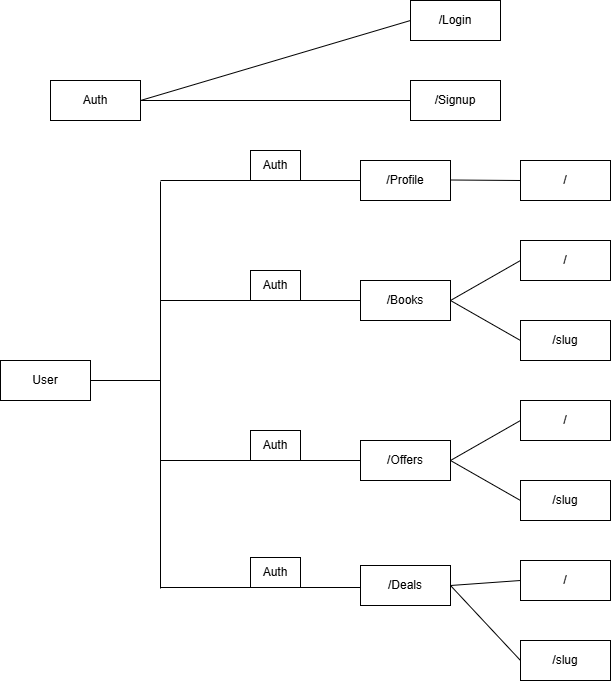
This is Designs/Endpoints/Untitled Diagram.drawio.png from MUHAMMADFARHAN1/Buchtausch, a draw.io export, as it was before one commit. Source tidied: cells renumbered, new cells last; positions are measured from the earlier drawing's top-left corner, leaving out a move shared by most shapes. Its diagram source:
```xml
<mxGraphModel>
  <root>
    <mxCell id="0" />
    <mxCell id="1" parent="0" />
    <mxCell id="2" value="Auth" style="rounded=0;whiteSpace=wrap;html=1;" parent="1" vertex="1">
      <mxGeometry x="50" y="80" width="90" height="40" as="geometry" />
    </mxCell>
    <mxCell id="3" value="User" style="rounded=0;whiteSpace=wrap;html=1;" parent="1" vertex="1">
      <mxGeometry y="360" width="90" height="40" as="geometry" />
    </mxCell>
    <mxCell id="4" value="/Login" style="rounded=0;whiteSpace=wrap;html=1;" parent="1" vertex="1">
      <mxGeometry x="410" width="90" height="40" as="geometry" />
    </mxCell>
    <mxCell id="5" value="/Signup" style="rounded=0;whiteSpace=wrap;html=1;" parent="1" vertex="1">
      <mxGeometry x="410" y="80" width="90" height="40" as="geometry" />
    </mxCell>
    <mxCell id="6" value="/Profile" style="rounded=0;whiteSpace=wrap;html=1;" parent="1" vertex="1">
      <mxGeometry x="360" y="160" width="90" height="40" as="geometry" />
    </mxCell>
    <mxCell id="7" value="/Books" style="rounded=0;whiteSpace=wrap;html=1;" parent="1" vertex="1">
      <mxGeometry x="360" y="280" width="90" height="40" as="geometry" />
    </mxCell>
    <mxCell id="8" value="/Offers" style="rounded=0;whiteSpace=wrap;html=1;" parent="1" vertex="1">
      <mxGeometry x="360" y="440" width="90" height="40" as="geometry" />
    </mxCell>
    <mxCell id="9" value="/Deals" style="rounded=0;whiteSpace=wrap;html=1;" parent="1" vertex="1">
      <mxGeometry x="360" y="565" width="90" height="40" as="geometry" />
    </mxCell>
    <mxCell id="10" value="/" style="rounded=0;whiteSpace=wrap;html=1;" parent="1" vertex="1">
      <mxGeometry x="520" y="160" width="90" height="40" as="geometry" />
    </mxCell>
    <mxCell id="11" value="/" style="rounded=0;whiteSpace=wrap;html=1;" parent="1" vertex="1">
      <mxGeometry x="520" y="240" width="90" height="40" as="geometry" />
    </mxCell>
    <mxCell id="12" value="/slug" style="rounded=0;whiteSpace=wrap;html=1;" parent="1" vertex="1">
      <mxGeometry x="520" y="320" width="90" height="40" as="geometry" />
    </mxCell>
    <mxCell id="13" value="/" style="rounded=0;whiteSpace=wrap;html=1;" parent="1" vertex="1">
      <mxGeometry x="520" y="400" width="90" height="40" as="geometry" />
    </mxCell>
    <mxCell id="14" value="/slug" style="rounded=0;whiteSpace=wrap;html=1;" parent="1" vertex="1">
      <mxGeometry x="520" y="480" width="90" height="40" as="geometry" />
    </mxCell>
    <mxCell id="15" value="/" style="rounded=0;whiteSpace=wrap;html=1;" parent="1" vertex="1">
      <mxGeometry x="520" y="560" width="90" height="40" as="geometry" />
    </mxCell>
    <mxCell id="16" value="/slug" style="rounded=0;whiteSpace=wrap;html=1;" parent="1" vertex="1">
      <mxGeometry x="520" y="640" width="90" height="40" as="geometry" />
    </mxCell>
    <mxCell id="17" style="endArrow=none;html=1;rounded=0;entryX=0;entryY=0.5;entryDx=0;entryDy=0;" parent="1" edge="1">
      <mxGeometry relative="1" as="geometry">
        <mxPoint x="160" y="180" as="sourcePoint" />
        <mxPoint x="360" y="180" as="targetPoint" />
      </mxGeometry>
    </mxCell>
    <mxCell id="18" style="endArrow=none;html=1;rounded=0;entryX=0;entryY=0.5;entryDx=0;entryDy=0;" parent="1" edge="1" target="7">
      <mxGeometry relative="1" as="geometry">
        <mxPoint x="160" y="300" as="sourcePoint" />
      </mxGeometry>
    </mxCell>
    <mxCell id="19" style="endArrow=none;html=1;rounded=0;entryX=0;entryY=0.5;entryDx=0;entryDy=0;" parent="1" edge="1" target="8">
      <mxGeometry relative="1" as="geometry">
        <mxPoint x="160" y="460" as="sourcePoint" />
      </mxGeometry>
    </mxCell>
    <mxCell id="20" style="endArrow=none;html=1;rounded=0;entryX=0;entryY=0.5;entryDx=0;entryDy=0;" parent="1" edge="1">
      <mxGeometry relative="1" as="geometry">
        <mxPoint x="160" y="587" as="sourcePoint" />
        <mxPoint x="360" y="587" as="targetPoint" />
      </mxGeometry>
    </mxCell>
    <mxCell id="21" style="endArrow=none;html=1;rounded=0;" parent="1" edge="1">
      <mxGeometry relative="1" as="geometry">
        <mxPoint x="160" y="181" as="sourcePoint" />
        <mxPoint x="160" y="588" as="targetPoint" />
      </mxGeometry>
    </mxCell>
    <mxCell id="22" style="endArrow=none;html=1;rounded=0;entryX=0;entryY=0.5;entryDx=0;entryDy=0;" parent="1" edge="1" target="10">
      <mxGeometry relative="1" as="geometry">
        <mxPoint x="450" y="179.5" as="sourcePoint" />
      </mxGeometry>
    </mxCell>
    <mxCell id="23" style="endArrow=none;html=1;rounded=0;exitX=1;exitY=0.5;exitDx=0;exitDy=0;entryX=0;entryY=0.5;entryDx=0;entryDy=0;" parent="1" edge="1" source="7" target="11">
      <mxGeometry relative="1" as="geometry" />
    </mxCell>
    <mxCell id="24" style="endArrow=none;html=1;rounded=0;entryX=0;entryY=0.5;entryDx=0;entryDy=0;" parent="1" edge="1" target="12">
      <mxGeometry relative="1" as="geometry">
        <mxPoint x="450" y="300" as="sourcePoint" />
      </mxGeometry>
    </mxCell>
    <mxCell id="25" style="endArrow=none;html=1;rounded=0;exitX=1;exitY=0.5;exitDx=0;exitDy=0;entryX=0;entryY=0.5;entryDx=0;entryDy=0;" parent="1" edge="1" source="8" target="13">
      <mxGeometry relative="1" as="geometry" />
    </mxCell>
    <mxCell id="26" style="endArrow=none;html=1;rounded=0;exitX=1;exitY=0.5;exitDx=0;exitDy=0;entryX=0;entryY=0.5;entryDx=0;entryDy=0;" parent="1" edge="1" source="8" target="14">
      <mxGeometry relative="1" as="geometry" />
    </mxCell>
    <mxCell id="27" style="endArrow=none;html=1;rounded=0;exitX=1;exitY=0.5;exitDx=0;exitDy=0;entryX=0;entryY=0.5;entryDx=0;entryDy=0;" parent="1" edge="1" source="9" target="15">
      <mxGeometry relative="1" as="geometry" />
    </mxCell>
    <mxCell id="28" style="endArrow=none;html=1;rounded=0;exitX=1;exitY=0.5;exitDx=0;exitDy=0;entryX=0;entryY=0.5;entryDx=0;entryDy=0;" parent="1" edge="1" source="9" target="16">
      <mxGeometry relative="1" as="geometry" />
    </mxCell>
    <mxCell id="29" style="endArrow=none;html=1;rounded=0;entryX=0;entryY=0.5;entryDx=0;entryDy=0;exitX=1;exitY=0.5;exitDx=0;exitDy=0;" parent="1" edge="1" source="2" target="4">
      <mxGeometry relative="1" as="geometry" />
    </mxCell>
    <mxCell id="30" style="endArrow=none;html=1;rounded=0;entryX=0;entryY=0.5;entryDx=0;entryDy=0;exitX=1;exitY=0.5;exitDx=0;exitDy=0;" parent="1" edge="1" source="2" target="5">
      <mxGeometry relative="1" as="geometry" />
    </mxCell>
    <mxCell id="31" style="endArrow=none;html=1;rounded=0;exitX=1;exitY=0.5;exitDx=0;exitDy=0;" parent="1" edge="1" source="3">
      <mxGeometry relative="1" as="geometry">
        <mxPoint x="160" y="380" as="targetPoint" />
      </mxGeometry>
    </mxCell>
    <mxCell id="32" value="Auth" style="rounded=0;whiteSpace=wrap;html=1;" parent="1" vertex="1">
      <mxGeometry x="250" y="150" width="50" height="30" as="geometry" />
    </mxCell>
    <mxCell id="33" value="Auth" style="rounded=0;whiteSpace=wrap;html=1;" parent="1" vertex="1">
      <mxGeometry x="250" y="270" width="50" height="30" as="geometry" />
    </mxCell>
    <mxCell id="34" value="Auth" style="rounded=0;whiteSpace=wrap;html=1;" parent="1" vertex="1">
      <mxGeometry x="250" y="430" width="50" height="30" as="geometry" />
    </mxCell>
    <mxCell id="35" value="Auth" style="rounded=0;whiteSpace=wrap;html=1;" parent="1" vertex="1">
      <mxGeometry x="250" y="557" width="50" height="30" as="geometry" />
    </mxCell>
  </root>
</mxGraphModel>
```
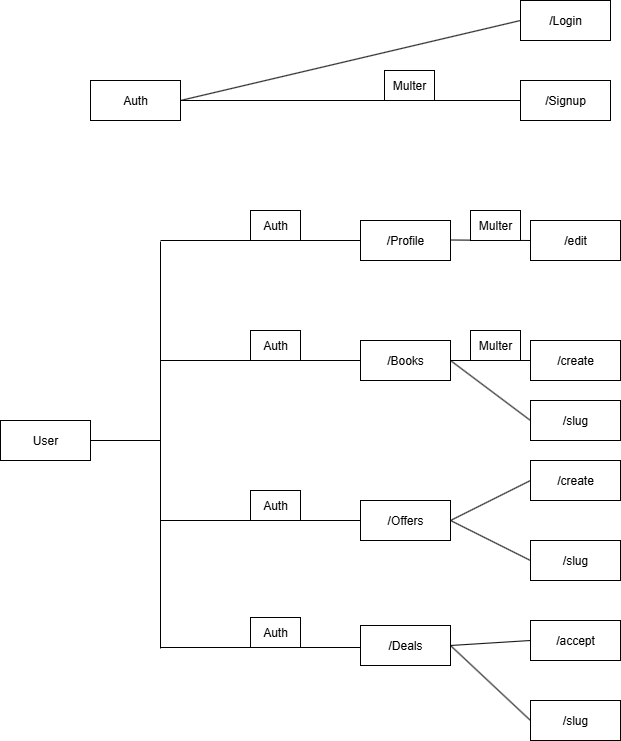
After the change.

Change to the diagram source:
```diff
@@ -3,16 +3,16 @@
     <mxCell id="0" />
     <mxCell id="1" parent="0" />
     <mxCell id="2" value="Auth" style="rounded=0;whiteSpace=wrap;html=1;" parent="1" vertex="1">
-      <mxGeometry x="50" y="80" width="90" height="40" as="geometry" />
+      <mxGeometry x="90" y="20" width="90" height="40" as="geometry" />
     </mxCell>
     <mxCell id="3" value="User" style="rounded=0;whiteSpace=wrap;html=1;" parent="1" vertex="1">
       <mxGeometry y="360" width="90" height="40" as="geometry" />
     </mxCell>
     <mxCell id="4" value="/Login" style="rounded=0;whiteSpace=wrap;html=1;" parent="1" vertex="1">
-      <mxGeometry x="410" width="90" height="40" as="geometry" />
+      <mxGeometry x="520" y="-60" width="90" height="40" as="geometry" />
     </mxCell>
     <mxCell id="5" value="/Signup" style="rounded=0;whiteSpace=wrap;html=1;" parent="1" vertex="1">
-      <mxGeometry x="410" y="80" width="90" height="40" as="geometry" />
+      <mxGeometry x="520" y="20" width="90" height="40" as="geometry" />
     </mxCell>
     <mxCell id="6" value="/Profile" style="rounded=0;whiteSpace=wrap;html=1;" parent="1" vertex="1">
       <mxGeometry x="360" y="160" width="90" height="40" as="geometry" />
@@ -26,26 +26,26 @@
     <mxCell id="9" value="/Deals" style="rounded=0;whiteSpace=wrap;html=1;" parent="1" vertex="1">
       <mxGeometry x="360" y="565" width="90" height="40" as="geometry" />
     </mxCell>
-    <mxCell id="10" value="/" style="rounded=0;whiteSpace=wrap;html=1;" parent="1" vertex="1">
-      <mxGeometry x="520" y="160" width="90" height="40" as="geometry" />
+    <mxCell id="10" value="/edit" style="rounded=0;whiteSpace=wrap;html=1;" parent="1" vertex="1">
+      <mxGeometry x="530" y="160" width="90" height="40" as="geometry" />
     </mxCell>
-    <mxCell id="11" value="/" style="rounded=0;whiteSpace=wrap;html=1;" parent="1" vertex="1">
-      <mxGeometry x="520" y="240" width="90" height="40" as="geometry" />
+    <mxCell id="11" value="/create" style="rounded=0;whiteSpace=wrap;html=1;" parent="1" vertex="1">
+      <mxGeometry x="530" y="280" width="90" height="40" as="geometry" />
     </mxCell>
     <mxCell id="12" value="/slug" style="rounded=0;whiteSpace=wrap;html=1;" parent="1" vertex="1">
-      <mxGeometry x="520" y="320" width="90" height="40" as="geometry" />
+      <mxGeometry x="530" y="340" width="90" height="40" as="geometry" />
     </mxCell>
-    <mxCell id="13" value="/" style="rounded=0;whiteSpace=wrap;html=1;" parent="1" vertex="1">
-      <mxGeometry x="520" y="400" width="90" height="40" as="geometry" />
+    <mxCell id="13" value="/create" style="rounded=0;whiteSpace=wrap;html=1;" parent="1" vertex="1">
+      <mxGeometry x="530" y="400" width="90" height="40" as="geometry" />
     </mxCell>
     <mxCell id="14" value="/slug" style="rounded=0;whiteSpace=wrap;html=1;" parent="1" vertex="1">
-      <mxGeometry x="520" y="480" width="90" height="40" as="geometry" />
+      <mxGeometry x="530" y="480" width="90" height="40" as="geometry" />
     </mxCell>
-    <mxCell id="15" value="/" style="rounded=0;whiteSpace=wrap;html=1;" parent="1" vertex="1">
-      <mxGeometry x="520" y="560" width="90" height="40" as="geometry" />
+    <mxCell id="15" value="/accept" style="rounded=0;whiteSpace=wrap;html=1;" parent="1" vertex="1">
+      <mxGeometry x="530" y="560" width="90" height="40" as="geometry" />
     </mxCell>
     <mxCell id="16" value="/slug" style="rounded=0;whiteSpace=wrap;html=1;" parent="1" vertex="1">
-      <mxGeometry x="520" y="640" width="90" height="40" as="geometry" />
+      <mxGeometry x="530" y="640" width="90" height="40" as="geometry" />
     </mxCell>
     <mxCell id="17" style="endArrow=none;html=1;rounded=0;entryX=0;entryY=0.5;entryDx=0;entryDy=0;" parent="1" edge="1">
       <mxGeometry relative="1" as="geometry">
@@ -123,5 +123,14 @@
     <mxCell id="35" value="Auth" style="rounded=0;whiteSpace=wrap;html=1;" parent="1" vertex="1">
       <mxGeometry x="250" y="557" width="50" height="30" as="geometry" />
     </mxCell>
+    <mxCell id="36" value="Multer" style="rounded=0;whiteSpace=wrap;html=1;" parent="1" vertex="1">
+      <mxGeometry x="384" y="10" width="50" height="30" as="geometry" />
+    </mxCell>
+    <mxCell id="37" value="Multer" style="rounded=0;whiteSpace=wrap;html=1;" parent="1" vertex="1">
+      <mxGeometry x="470" y="270" width="50" height="30" as="geometry" />
+    </mxCell>
+    <mxCell id="38" value="Multer" style="rounded=0;whiteSpace=wrap;html=1;" parent="1" vertex="1">
+      <mxGeometry x="470" y="150" width="50" height="30" as="geometry" />
+    </mxCell>
   </root>
 </mxGraphModel>
```
